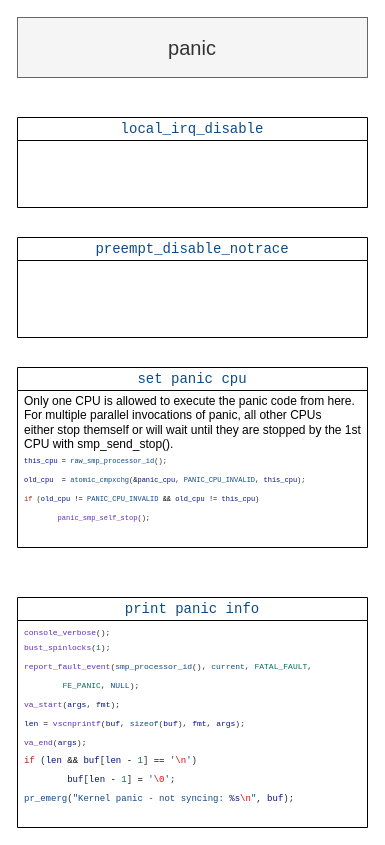
The draw.io diagram 未命名绘图.drawio in wbzzx-bb/wb-linux, before the edit. Source tidied: cells renumbered, new cells numbered last; positions are measured from the earlier drawing's top-left corner, leaving out a move shared by most shapes. Both pictures are drawn from the tidied source at 100%, with x=0, y=0 at pixel (17, 17).
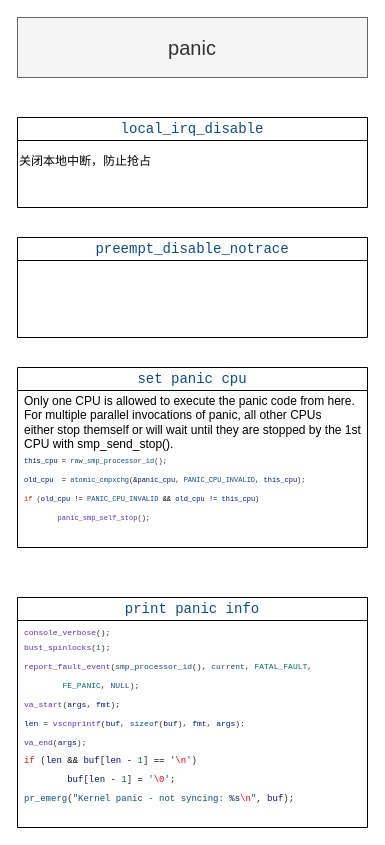
Above is the later version.

Commit message (it also covers changes not shown here):
更新未命名绘图.drawio

Change to the diagram source:
```diff
@@
 <mxGraphModel>
   <root>
     <mxCell id="0" />
     <mxCell id="1" parent="0" />
     <mxCell id="2" value="&lt;div style=&quot;color: #292929;background-color: #ffffff;font-family: Consolas, 'Courier New', monospace;font-weight: normal;font-size: 14px;line-height: 19px;white-space: pre;&quot;&gt;&lt;span style=&quot;color: #0f4a85;&quot;&gt;local_irq_disable&lt;/span&gt;&lt;/div&gt;" style="swimlane;whiteSpace=wrap;html=1;" parent="1" vertex="1">
       <mxGeometry y="100" width="350" height="90" as="geometry" />
     </mxCell>
+    <mxCell id="9" value="&lt;div&gt;关闭本地中断，防止抢占&lt;/div&gt;" style="text;strokeColor=none;align=left;fillColor=none;html=1;verticalAlign=top;whiteSpace=wrap;rounded=0;" parent="2" vertex="1">
+      <mxGeometry y="30" width="340" height="30" as="geometry" />
+    </mxCell>
     <mxCell id="3" value="&lt;font style=&quot;font-size: 20px;&quot;&gt;panic&lt;/font&gt;" style="rounded=0;whiteSpace=wrap;html=1;fillColor=#f5f5f5;fontColor=#333333;strokeColor=#666666;" parent="1" vertex="1">
       <mxGeometry width="350" height="60" as="geometry" />
     </mxCell>
     <mxCell id="4" value="&lt;div style=&quot;color: #292929;background-color: #ffffff;font-family: Consolas, 'Courier New', monospace;font-weight: normal;font-size: 14px;line-height: 19px;white-space: pre;&quot;&gt;&lt;div style=&quot;line-height: 19px;&quot;&gt;&lt;span style=&quot;color: #0f4a85;&quot;&gt;preempt_disable_notrace&lt;/span&gt;&lt;/div&gt;&lt;/div&gt;" style="swimlane;whiteSpace=wrap;html=1;" parent="1" vertex="1">
       <mxGeometry y="220" width="350" height="100" as="geometry" />
     </mxCell>
     <mxCell id="5" value="&lt;div style=&quot;color: #292929;background-color: #ffffff;font-family: Consolas, 'Courier New', monospace;font-weight: normal;font-size: 14px;line-height: 19px;white-space: pre;&quot;&gt;&lt;div style=&quot;line-height: 19px;&quot;&gt;&lt;span style=&quot;color: #0f4a85;&quot;&gt;set panic cpu&lt;/span&gt;&lt;/div&gt;&lt;/div&gt;" style="swimlane;whiteSpace=wrap;html=1;" parent="1" vertex="1">
       <mxGeometry y="350" width="350" height="180" as="geometry" />
     </mxCell>
     <mxCell id="6" value="&lt;div&gt;Only one CPU is allowed to execute the panic code from here. For&lt;span style=&quot;background-color: initial;&quot;&gt;&amp;nbsp;multiple parallel invocations of panic, all other CPUs either&amp;nbsp;&lt;/span&gt;&lt;span style=&quot;background-color: initial;&quot;&gt;stop themself or will wait until they are stopped by the 1st CPU&lt;/span&gt;&lt;span style=&quot;background-color: initial;&quot;&gt;&amp;nbsp;with smp_send_stop().&lt;/span&gt;&lt;/div&gt;&lt;div style=&quot;font-size: 7px;&quot;&gt;&lt;div style=&quot;color: rgb(41, 41, 41); background-color: rgb(255, 255, 255); font-family: Consolas, &amp;quot;Courier New&amp;quot;, monospace; line-height: 19px; white-space: pre;&quot;&gt;&lt;div&gt;&lt;span style=&quot;color: #001080;&quot;&gt;this_cpu&lt;/span&gt; &lt;span style=&quot;color: #000000;&quot;&gt;=&lt;/span&gt; &lt;span style=&quot;color: #0f4a85;&quot;&gt;raw_smp_processor_id&lt;/span&gt;();&lt;/div&gt;&lt;div&gt;&lt;span style=&quot;color: #001080;&quot;&gt;old_cpu&lt;/span&gt; &amp;nbsp;&lt;span style=&quot;color: #000000;&quot;&gt;=&lt;/span&gt; &lt;span style=&quot;color: #0f4a85;&quot;&gt;atomic_cmpxchg&lt;/span&gt;(&lt;span style=&quot;color: #000000;&quot;&gt;&amp;amp;&lt;/span&gt;&lt;span style=&quot;color: #001080;&quot;&gt;panic_cpu&lt;/span&gt;, &lt;span style=&quot;color: #0f4a85;&quot;&gt;PANIC_CPU_INVALID&lt;/span&gt;, &lt;span style=&quot;color: #001080;&quot;&gt;this_cpu&lt;/span&gt;);&lt;/div&gt;&lt;div&gt;&lt;span style=&quot;color: #b5200d;&quot;&gt;if&lt;/span&gt; (&lt;span style=&quot;color: #001080;&quot;&gt;old_cpu&lt;/span&gt; &lt;span style=&quot;color: #000000;&quot;&gt;!=&lt;/span&gt; &lt;span style=&quot;color: #0f4a85;&quot;&gt;PANIC_CPU_INVALID&lt;/span&gt; &lt;span style=&quot;color: #000000;&quot;&gt;&amp;amp;&amp;amp;&lt;/span&gt; &lt;span style=&quot;color: #001080;&quot;&gt;old_cpu&lt;/span&gt; &lt;span style=&quot;color: #000000;&quot;&gt;!=&lt;/span&gt; &lt;span style=&quot;color: #001080;&quot;&gt;this_cpu&lt;/span&gt;)&lt;/div&gt;&lt;div&gt;&amp;nbsp; &amp;nbsp; &amp;nbsp; &amp;nbsp; &lt;span style=&quot;color: #5e2cbc;&quot;&gt;panic_smp_self_stop&lt;/span&gt;();&lt;/div&gt;&lt;/div&gt;&lt;/div&gt;" style="text;strokeColor=none;align=left;fillColor=none;html=1;verticalAlign=top;whiteSpace=wrap;rounded=0;" parent="5" vertex="1">
       <mxGeometry x="5" y="20" width="340" height="150" as="geometry" />
     </mxCell>
     <mxCell id="7" value="&lt;div style=&quot;color: #292929;background-color: #ffffff;font-family: Consolas, 'Courier New', monospace;font-weight: normal;font-size: 14px;line-height: 19px;white-space: pre;&quot;&gt;&lt;div style=&quot;line-height: 19px;&quot;&gt;&lt;span style=&quot;color: #0f4a85;&quot;&gt;print panic info&lt;/span&gt;&lt;/div&gt;&lt;/div&gt;" style="swimlane;whiteSpace=wrap;html=1;" parent="1" vertex="1">
       <mxGeometry y="580" width="350" height="230" as="geometry" />
     </mxCell>
     <mxCell id="8" value="&lt;div&gt;&lt;span style=&quot;background-color: rgb(255, 255, 255); font-family: Consolas, &amp;quot;Courier New&amp;quot;, monospace; font-size: 8px; white-space: pre; color: rgb(94, 44, 188);&quot;&gt;console_verbose&lt;/span&gt;&lt;span style=&quot;background-color: rgb(255, 255, 255); color: rgb(41, 41, 41); font-family: Consolas, &amp;quot;Courier New&amp;quot;, monospace; font-size: 8px; white-space: pre;&quot;&gt;();&lt;/span&gt;&lt;br&gt;&lt;/div&gt;&lt;div style=&quot;font-size: 7px;&quot;&gt;&lt;div style=&quot;color: rgb(41, 41, 41); background-color: rgb(255, 255, 255); font-family: Consolas, &amp;quot;Courier New&amp;quot;, monospace; line-height: 19px; white-space: pre; font-size: 8px;&quot;&gt;&lt;div style=&quot;line-height: 19px;&quot;&gt;&lt;div&gt;&lt;span style=&quot;color: #5e2cbc;&quot;&gt;bust_spinlocks&lt;/span&gt;(&lt;span style=&quot;color: #096d48;&quot;&gt;1&lt;/span&gt;);&lt;/div&gt;&lt;div&gt;&lt;span style=&quot;color: rgb(94, 44, 188);&quot;&gt;report_fault_event&lt;/span&gt;(&lt;span style=&quot;color: rgb(15, 74, 133);&quot;&gt;smp_processor_id&lt;/span&gt;(), &lt;span style=&quot;color: rgb(15, 74, 133);&quot;&gt;current&lt;/span&gt;, &lt;span style=&quot;color: rgb(2, 113, 93);&quot;&gt;FATAL_FAULT&lt;/span&gt;,&lt;/div&gt;&lt;div&gt;&amp;nbsp; &amp;nbsp; &amp;nbsp; &amp;nbsp; &lt;span style=&quot;color: #02715d;&quot;&gt;FE_PANIC&lt;/span&gt;, &lt;span style=&quot;color: #0f4a85;&quot;&gt;NULL&lt;/span&gt;);&lt;/div&gt;&lt;div&gt;&lt;span style=&quot;color: #5e2cbc;&quot;&gt;va_start&lt;/span&gt;(&lt;span style=&quot;color: #001080;&quot;&gt;args&lt;/span&gt;, &lt;span style=&quot;color: #001080;&quot;&gt;fmt&lt;/span&gt;);&lt;/div&gt;&lt;div&gt;&lt;span style=&quot;color: #001080;&quot;&gt;len&lt;/span&gt; &lt;span style=&quot;color: #000000;&quot;&gt;=&lt;/span&gt; &lt;span style=&quot;color: #5e2cbc;&quot;&gt;vscnprintf&lt;/span&gt;(&lt;span style=&quot;color: #001080;&quot;&gt;buf&lt;/span&gt;, &lt;span style=&quot;color: #0f4a85;&quot;&gt;sizeof&lt;/span&gt;(&lt;span style=&quot;color: #001080;&quot;&gt;buf&lt;/span&gt;), &lt;span style=&quot;color: #001080;&quot;&gt;fmt&lt;/span&gt;, &lt;span style=&quot;color: #001080;&quot;&gt;args&lt;/span&gt;);&lt;/div&gt;&lt;div&gt;&lt;span style=&quot;color: #5e2cbc;&quot;&gt;va_end&lt;/span&gt;(&lt;span style=&quot;color: #001080;&quot;&gt;args&lt;/span&gt;);&lt;/div&gt;&lt;div style=&quot;font-size: 9px;&quot;&gt;&lt;div style=&quot;line-height: 19px;&quot;&gt;&lt;div&gt;&lt;span style=&quot;color: #b5200d;&quot;&gt;if&lt;/span&gt; (&lt;span style=&quot;color: #001080;&quot;&gt;len&lt;/span&gt; &lt;span style=&quot;color: #000000;&quot;&gt;&amp;amp;&amp;amp;&lt;/span&gt; &lt;span style=&quot;color: #001080;&quot;&gt;buf&lt;/span&gt;[&lt;span style=&quot;color: #001080;&quot;&gt;len&lt;/span&gt; &lt;span style=&quot;color: #000000;&quot;&gt;-&lt;/span&gt; &lt;span style=&quot;color: #096d48;&quot;&gt;1&lt;/span&gt;] &lt;span style=&quot;color: #000000;&quot;&gt;==&lt;/span&gt; &lt;span style=&quot;color: #0f4a85;&quot;&gt;'&lt;/span&gt;&lt;span style=&quot;color: #ee0000;&quot;&gt;\n&lt;/span&gt;&lt;span style=&quot;color: #0f4a85;&quot;&gt;'&lt;/span&gt;)&lt;/div&gt;&lt;div&gt;&amp;nbsp; &amp;nbsp; &amp;nbsp; &amp;nbsp; &lt;span style=&quot;color: #001080;&quot;&gt;buf&lt;/span&gt;[&lt;span style=&quot;color: #001080;&quot;&gt;len&lt;/span&gt; &lt;span style=&quot;color: #000000;&quot;&gt;-&lt;/span&gt; &lt;span style=&quot;color: #096d48;&quot;&gt;1&lt;/span&gt;] &lt;span style=&quot;color: #000000;&quot;&gt;=&lt;/span&gt; &lt;span style=&quot;color: #0f4a85;&quot;&gt;'&lt;/span&gt;&lt;span style=&quot;color: #ee0000;&quot;&gt;\0&lt;/span&gt;&lt;span style=&quot;color: #0f4a85;&quot;&gt;'&lt;/span&gt;;&lt;/div&gt;&lt;div&gt;&lt;span style=&quot;color: #0f4a85;&quot;&gt;pr_emerg&lt;/span&gt;(&lt;span style=&quot;color: #0f4a85;&quot;&gt;&quot;Kernel panic - not syncing: &lt;/span&gt;&lt;span style=&quot;color: #001080;&quot;&gt;%s&lt;/span&gt;&lt;span style=&quot;color: #ee0000;&quot;&gt;\n&lt;/span&gt;&lt;span style=&quot;color: #0f4a85;&quot;&gt;&quot;&lt;/span&gt;, &lt;span style=&quot;color: #001080;&quot;&gt;buf&lt;/span&gt;);&lt;/div&gt;&lt;/div&gt;&lt;/div&gt;&lt;/div&gt;&lt;/div&gt;&lt;/div&gt;" style="text;strokeColor=none;align=left;fillColor=none;html=1;verticalAlign=top;whiteSpace=wrap;rounded=0;" parent="7" vertex="1">
       <mxGeometry x="5" y="20" width="340" height="210" as="geometry" />
     </mxCell>
   </root>
 </mxGraphModel>
```
